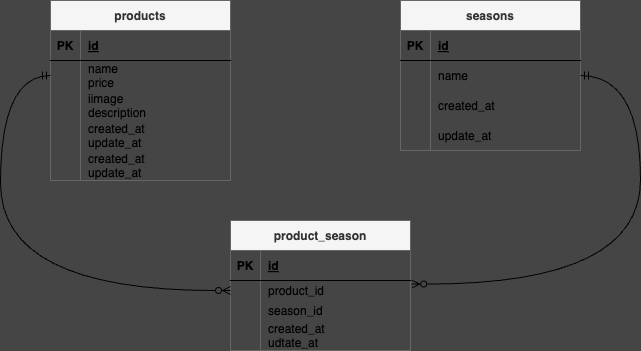
ayaka0601/ayaka_kadai keeps this draw.io diagram as ER.drawio.png. Above is the earlier version. Source tidied: cells renumbered, new cells last; positions are measured from the earlier drawing's top-left corner, leaving out a move shared by most shapes.
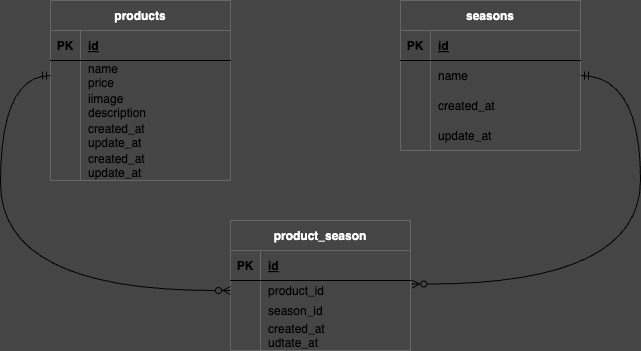
Later version of the same file.

The edit, as a diff of the source:
```diff
@@ -2,7 +2,7 @@
   <root>
     <mxCell id="0" />
     <mxCell id="1" parent="0" />
-    <mxCell id="2" value="products" style="shape=table;startSize=30;rowLines=0;fontStyle=1;align=center;fillColor=#f5f5f5;fontColor=#333333;strokeColor=#666666;" parent="1" vertex="1">
+    <mxCell id="2" value="products" style="shape=table;startSize=30;rowLines=0;fontStyle=1;align=center;fillColor=none;fontColor=#FFFFFF;strokeColor=#666666;" parent="1" vertex="1">
       <mxGeometry x="50" width="180" height="180" as="geometry" />
     </mxCell>
     <mxCell id="3" style="shape=tableRow;horizontal=0;startSize=0;swimlaneHead=0;swimlaneBody=0;fillColor=none;top=0;left=0;right=0;bottom=1;" parent="2" vertex="1">
@@ -50,7 +50,7 @@
     <mxCell id="17" value="created_at&#10;update_at" style="shape=partialRectangle;fillColor=none;top=0;left=0;bottom=0;right=0;align=left;spacingLeft=6;overflow=hidden;" parent="15" vertex="1">
       <mxGeometry x="30" width="150" height="30" as="geometry" />
     </mxCell>
-    <mxCell id="18" value="seasons" style="shape=table;startSize=30;rowLines=0;fontStyle=1;align=center;fillColor=#f5f5f5;fontColor=#333333;strokeColor=#666666;" parent="1" vertex="1">
+    <mxCell id="18" value="seasons" style="shape=table;startSize=30;rowLines=0;fontStyle=1;align=center;fillColor=none;fontColor=#FFFFFF;strokeColor=#666666;fillStyle=auto;" parent="1" vertex="1">
       <mxGeometry x="400" width="180" height="150" as="geometry" />
     </mxCell>
     <mxCell id="19" style="shape=tableRow;horizontal=0;startSize=0;swimlaneHead=0;swimlaneBody=0;fillColor=none;top=0;left=0;right=0;bottom=1;" parent="18" vertex="1">
@@ -89,7 +89,7 @@
     <mxCell id="30" value="update_at" style="shape=partialRectangle;fillColor=none;top=0;left=0;bottom=0;right=0;align=left;spacingLeft=6;overflow=hidden;" parent="28" vertex="1">
       <mxGeometry x="30" width="150" height="30" as="geometry" />
     </mxCell>
-    <mxCell id="31" value="product_season" style="shape=table;startSize=30;rowLines=0;fontStyle=1;align=center;fillColor=#f5f5f5;fontColor=#333333;strokeColor=#666666;" parent="1" vertex="1">
+    <mxCell id="31" value="product_season" style="shape=table;startSize=30;rowLines=0;fontStyle=1;align=center;fillColor=none;fontColor=#FFFFFF;strokeColor=#666666;" parent="1" vertex="1">
       <mxGeometry x="230" y="220" width="180" height="130" as="geometry" />
     </mxCell>
     <mxCell id="32" style="shape=tableRow;horizontal=0;startSize=0;swimlaneHead=0;swimlaneBody=0;fillColor=none;top=0;left=0;right=0;bottom=1;" parent="31" vertex="1">
```
